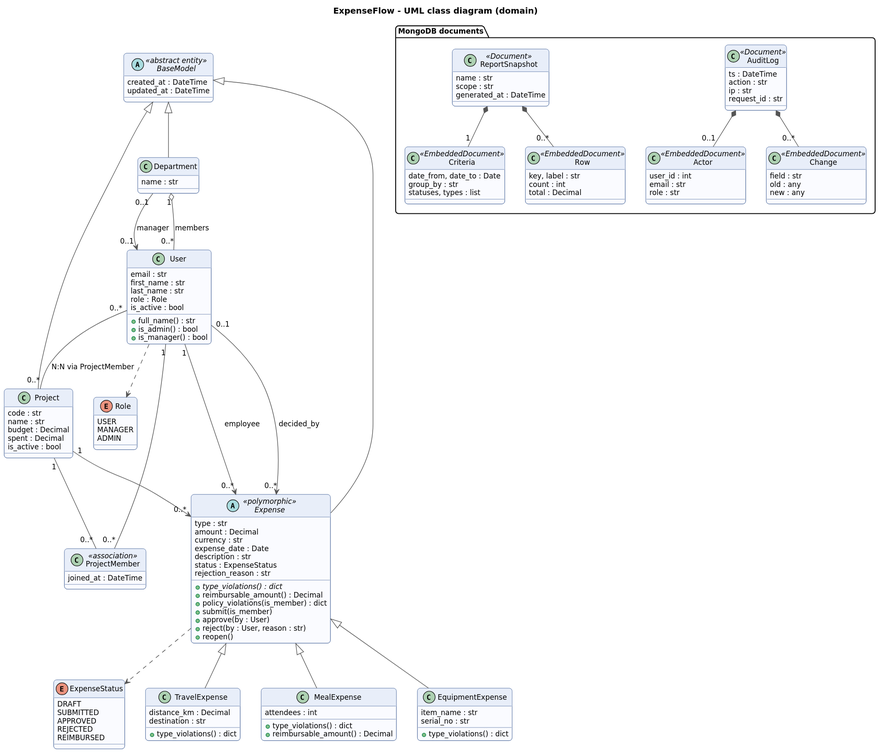
Before: docs/diagrams/rendered/class.svg, a diagram exported from PlantUML (RrezeKonjusha/expenseflow). Source of this version:
```plantuml
@startuml
!include _style.iuml
title ExpenseFlow - UML class diagram (domain)

abstract class BaseModel <<abstract entity>> {
  created_at : DateTime
  updated_at : DateTime
}
enum Role {
  USER
  MANAGER
  ADMIN
}
enum ExpenseStatus {
  DRAFT
  SUBMITTED
  APPROVED
  REJECTED
  REIMBURSED
}
class User {
  email : str
  first_name : str
  last_name : str
  role : Role
  is_active : bool
  +full_name() : str
  +is_admin() : bool
  +is_manager() : bool
}
class Department {
  name : str
}
class Project {
  code : str
  name : str
  budget : Decimal
  spent : Decimal
  is_active : bool
}
class ProjectMember <<association>> {
  joined_at : DateTime
}
abstract class Expense <<polymorphic>> {
  type : str
  amount : Decimal
  currency : str
  expense_date : Date
  description : str
  status : ExpenseStatus
  rejection_reason : str
  +{abstract} type_violations() : dict
  +reimbursable_amount() : Decimal
  +policy_violations(is_member) : dict
  +submit(is_member)
  +approve(by : User)
  +reject(by : User, reason : str)
  +reopen()
}
class TravelExpense {
  distance_km : Decimal
  destination : str
  +type_violations() : dict
}
class MealExpense {
  attendees : int
  +type_violations() : dict
  +reimbursable_amount() : Decimal
}
class EquipmentExpense {
  item_name : str
  serial_no : str
  +type_violations() : dict
}

BaseModel <|-- Department
BaseModel <|-- Project
BaseModel <|-- Expense
Expense <|-- TravelExpense
Expense <|-- MealExpense
Expense <|-- EquipmentExpense

Department "1" o-- "0..*" User : members
Department "0..1" --> "0..1" User : manager
User "1" -- "0..*" ProjectMember
Project "1" -- "0..*" ProjectMember
User "0..*" -- "0..*" Project : N:N via ProjectMember
User "1" --> "0..*" Expense : employee
Project "1" --> "0..*" Expense
User "0..1" --> "0..*" Expense : decided_by
User ..> Role
Expense ..> ExpenseStatus

package "MongoDB documents" {
  class AuditLog <<Document>> {
    ts : DateTime
    action : str
    ip : str
    request_id : str
  }
  class Actor <<EmbeddedDocument>> {
    user_id : int
    email : str
    role : str
  }
  class Change <<EmbeddedDocument>> {
    field : str
    old : any
    new : any
  }
  class ReportSnapshot <<Document>> {
    name : str
    scope : str
    generated_at : DateTime
  }
  class Criteria <<EmbeddedDocument>> {
    date_from, date_to : Date
    group_by : str
    statuses, types : list
  }
  class Row <<EmbeddedDocument>> {
    key, label : str
    count : int
    total : Decimal
  }
  AuditLog *-- "0..1" Actor
  AuditLog *-- "0..*" Change
  ReportSnapshot *-- "1" Criteria
  ReportSnapshot *-- "0..*" Row
}
@enduml
```
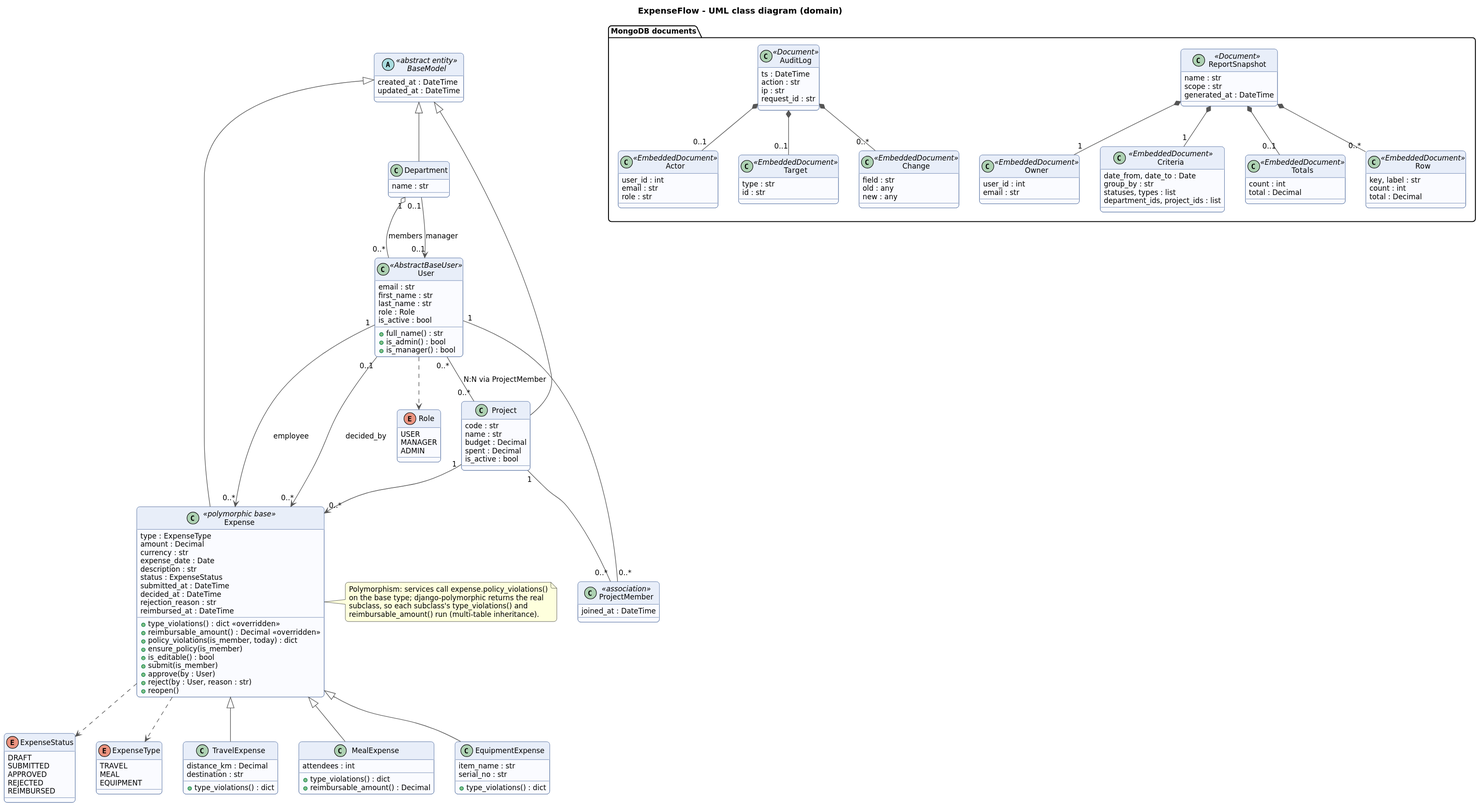
After the change.

What changed in the source:
```diff
@@ -18,7 +18,7 @@
   REJECTED
   REIMBURSED
 }
-class User {
+class User <<AbstractBaseUser>> {
   email : str
   first_name : str
   last_name : str
@@ -41,21 +41,31 @@
 class ProjectMember <<association>> {
   joined_at : DateTime
 }
-abstract class Expense <<polymorphic>> {
-  type : str
+class Expense <<polymorphic base>> {
+  type : ExpenseType
   amount : Decimal
   currency : str
   expense_date : Date
   description : str
   status : ExpenseStatus
+  submitted_at : DateTime
+  decided_at : DateTime
   rejection_reason : str
-  +{abstract} type_violations() : dict
-  +reimbursable_amount() : Decimal
-  +policy_violations(is_member) : dict
+  reimbursed_at : DateTime
+  +type_violations() : dict  <<overridden>>
+  +reimbursable_amount() : Decimal  <<overridden>>
+  +policy_violations(is_member, today) : dict
+  +ensure_policy(is_member)
+  +is_editable() : bool
   +submit(is_member)
   +approve(by : User)
   +reject(by : User, reason : str)
   +reopen()
+}
+enum ExpenseType {
+  TRAVEL
+  MEAL
+  EQUIPMENT
 }
 class TravelExpense {
   distance_km : Decimal
@@ -90,6 +100,13 @@
 User "0..1" --> "0..*" Expense : decided_by
 User ..> Role
 Expense ..> ExpenseStatus
+Expense ..> ExpenseType
+note right of Expense
+  Polymorphism: services call expense.policy_violations()
+  on the base type; django-polymorphic returns the real
+  subclass, so each subclass's type_violations() and
+  reimbursable_amount() run (multi-table inheritance).
+end note
 
 package "MongoDB documents" {
   class AuditLog <<Document>> {
@@ -103,6 +120,10 @@
     email : str
     role : str
   }
+  class Target <<EmbeddedDocument>> {
+    type : str
+    id : str
+  }
   class Change <<EmbeddedDocument>> {
     field : str
     old : any
@@ -113,10 +134,19 @@
     scope : str
     generated_at : DateTime
   }
+  class Owner <<EmbeddedDocument>> {
+    user_id : int
+    email : str
+  }
   class Criteria <<EmbeddedDocument>> {
     date_from, date_to : Date
     group_by : str
     statuses, types : list
+    department_ids, project_ids : list
+  }
+  class Totals <<EmbeddedDocument>> {
+    count : int
+    total : Decimal
   }
   class Row <<EmbeddedDocument>> {
     key, label : str
@@ -124,8 +154,11 @@
     total : Decimal
   }
   AuditLog *-- "0..1" Actor
+  AuditLog *-- "0..1" Target
   AuditLog *-- "0..*" Change
+  ReportSnapshot *-- "1" Owner
   ReportSnapshot *-- "1" Criteria
   ReportSnapshot *-- "0..*" Row
+  ReportSnapshot *-- "0..1" Totals
 }
 @enduml
```
